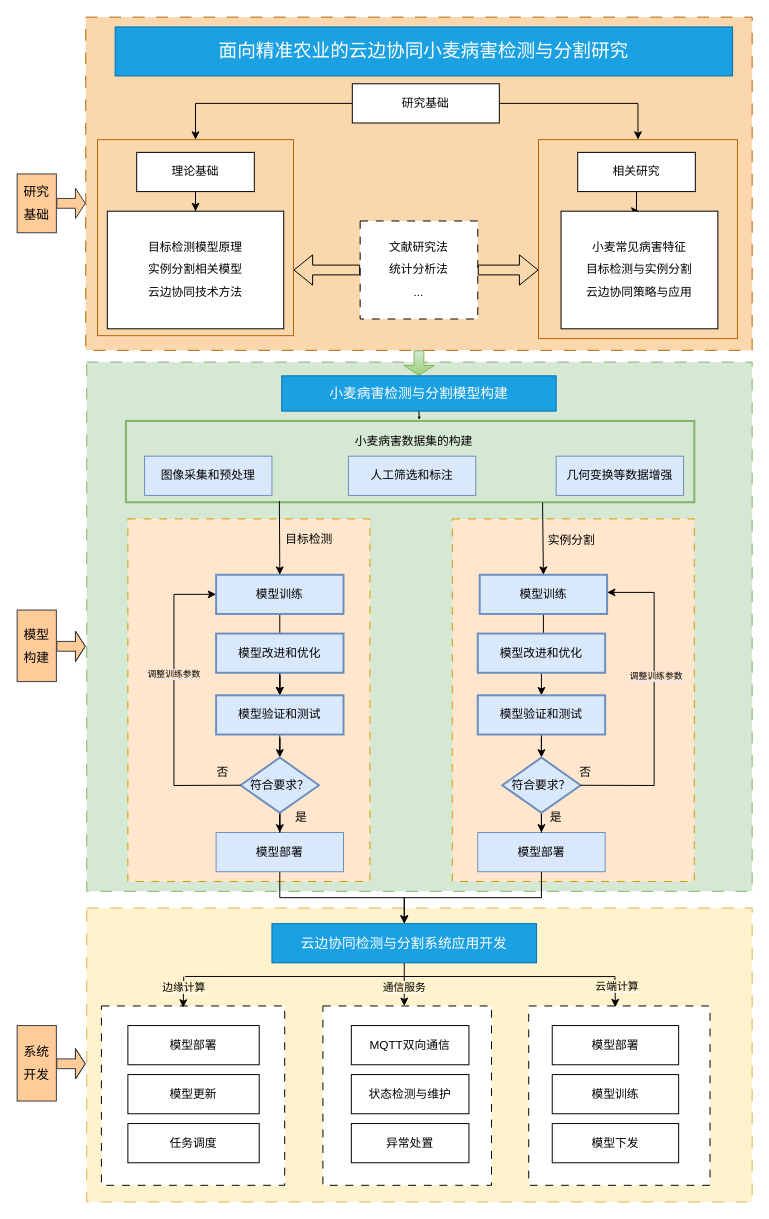
Above: 未命名绘图.drawio in macwx/macw (draw.io), before the change. Source tidied: cells renumbered, new cells numbered last; positions are measured from the earlier drawing's top-left corner, leaving out a move shared by most shapes. Both pictures are drawn from the tidied source at 98%, with x=0, y=0 at pixel (17, 17).
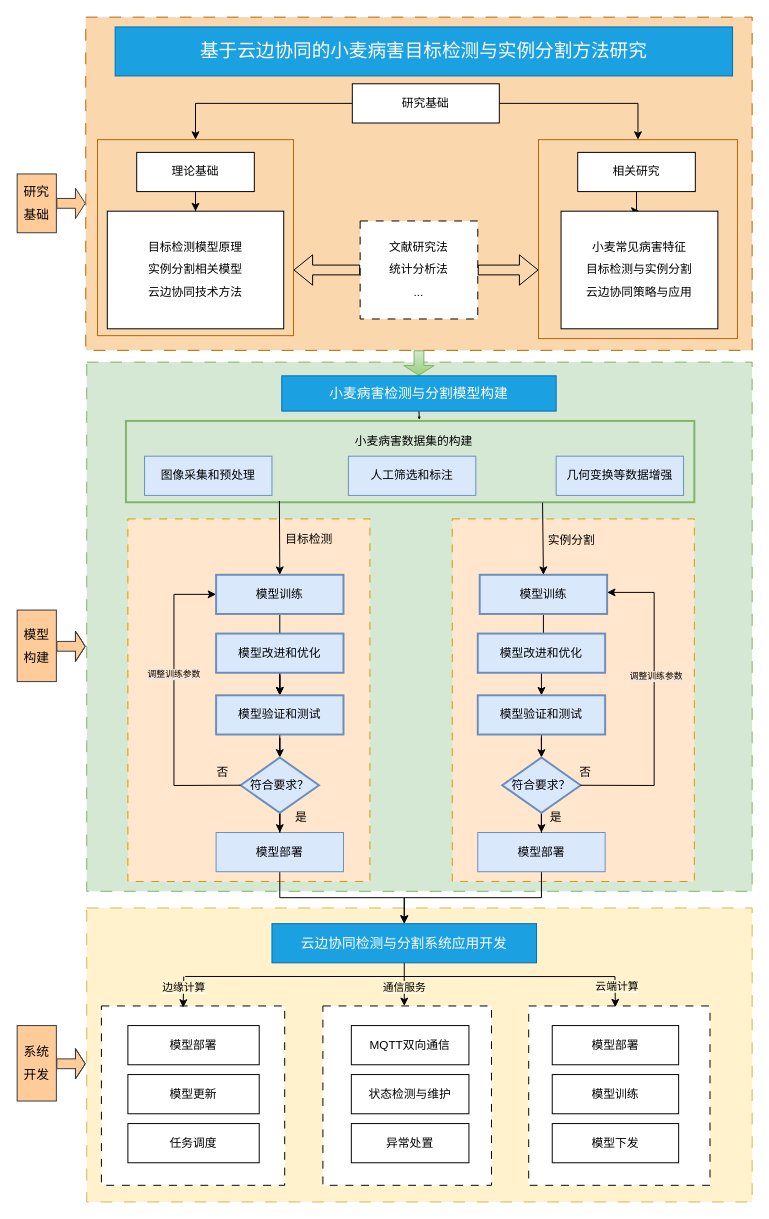
Above is the later version.

Commit message:
更新未命名绘图.drawio

The edit, as a diff of the source:
```diff
@@
-    <mxCell id="18" value="&lt;font style=&quot;font-size: 19px;&quot;&gt;&lt;span style=&quot;line-height: 90%;&quot;&gt;面向精准农业的云边协同小麦病害检测与分割研究&lt;/span&gt;&lt;/font&gt;" style="rounded=0;whiteSpace=wrap;html=1;fillColor=#1ba1e2;strokeColor=#006EAF;fontColor=#ffffff;" parent="1" vertex="1">
+    <mxCell id="18" value="&lt;font style=&quot;font-size: 19px;&quot;&gt;&lt;span style=&quot;line-height: 90%;&quot;&gt;基于云边协同的小麦病害目标检测与实例分割方法研究&lt;/span&gt;&lt;/font&gt;" style="rounded=0;whiteSpace=wrap;html=1;fillColor=#1ba1e2;strokeColor=#006EAF;fontColor=#ffffff;" parent="1" vertex="1">
       <mxGeometry x="100" y="10" width="630" height="50" as="geometry" />
     </mxCell>
```
